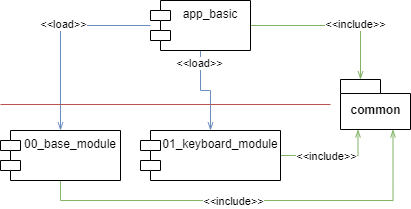
This is doc_source/tex/common/chapter_01/resources/02_architecture.png from LucaRitz/learn_with_tello, a draw.io export, as it was before one commit. Source tidied: cells renumbered, new cells last; positions are measured from the earlier drawing's top-left corner, leaving out a move shared by most shapes.
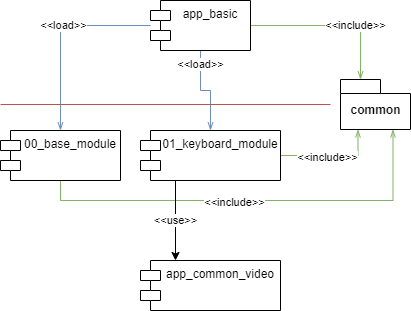
The same file after the commit.

Change to the diagram source:
```diff
@@ -38,6 +38,9 @@
     <mxCell id="13" value="&amp;lt;&amp;lt;include&amp;gt;&amp;gt;" style="edgeLabel;html=1;align=center;verticalAlign=middle;" parent="12" vertex="1">
       <mxGeometry x="-0.12" y="-1" relative="1" as="geometry" />
     </mxCell>
+    <mxCell id="17" value="&amp;lt;&amp;lt;use&amp;gt;&amp;gt;" style="edgeStyle=orthogonalEdgeStyle;rounded=0;jettySize=auto;html=1;exitX=0.25;exitY=1;exitDx=0;exitDy=0;entryX=0.25;entryY=0;entryDx=0;entryDy=0;" parent="1" edge="1" source="14" target="18">
+      <mxGeometry relative="1" as="geometry" />
+    </mxCell>
     <mxCell id="14" value="01_keyboard_module" style="shape=module;align=left;spacingLeft=20;align=center;verticalAlign=top;" parent="1" vertex="1">
       <mxGeometry x="140" y="130" width="140" height="50" as="geometry" />
     </mxCell>
@@ -47,5 +50,8 @@
     <mxCell id="16" style="line;strokeWidth=1;fillColor=#f8cecc;align=left;verticalAlign=middle;spacingTop=-1;spacingLeft=3;spacingRight=3;labelPosition=right;strokeColor=#b85450;" parent="1" vertex="1">
       <mxGeometry y="100" width="330" height="8" as="geometry" />
     </mxCell>
+    <mxCell id="18" value="app_common_video" style="shape=module;align=left;spacingLeft=20;align=center;verticalAlign=top;" parent="1" vertex="1">
+      <mxGeometry x="140" y="260" width="140" height="50" as="geometry" />
+    </mxCell>
   </root>
 </mxGraphModel>
```
